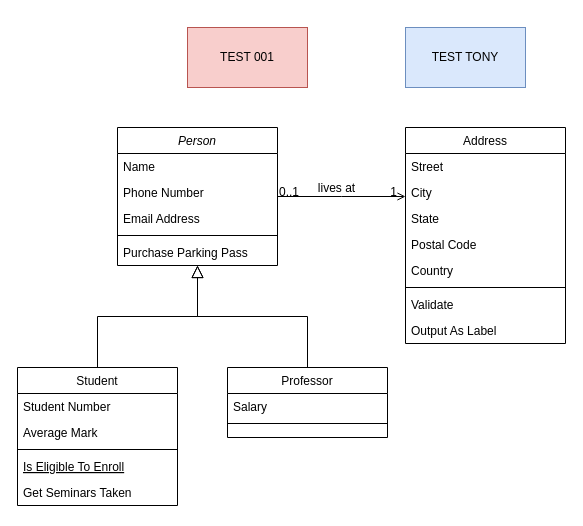
Above: GestionEcoleUseCase.drawio in MelissaHOA/EXO_Gestion_Ecole (draw.io), before the change. Source tidied: cells renumbered, new cells numbered last; positions are measured from the earlier drawing's top-left corner, leaving out a move shared by most shapes. Both pictures are drawn from the tidied source at 100%, with x=0, y=0 at pixel (17, 27).
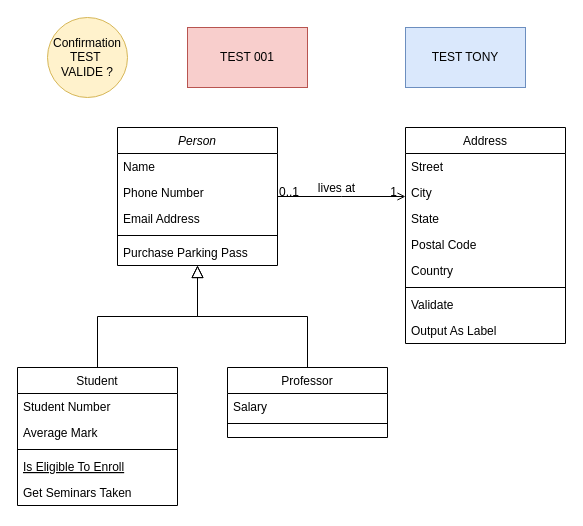
Above is the later version.

Commit message (it also covers changes not shown here):
Mettre à jour GestionEcoleUseCase.drawio

What changed in the source:
```diff
@@
+    <mxCell id="34" value="Confirmation TEST&amp;nbsp;&lt;div&gt;VALIDE ?&lt;/div&gt;" style="ellipse;whiteSpace=wrap;html=1;fillColor=#fff2cc;strokeColor=#d6b656;" parent="1" vertex="1">
+      <mxGeometry x="30" y="-10" width="80" height="80" as="geometry" />
+    </mxCell>
```
